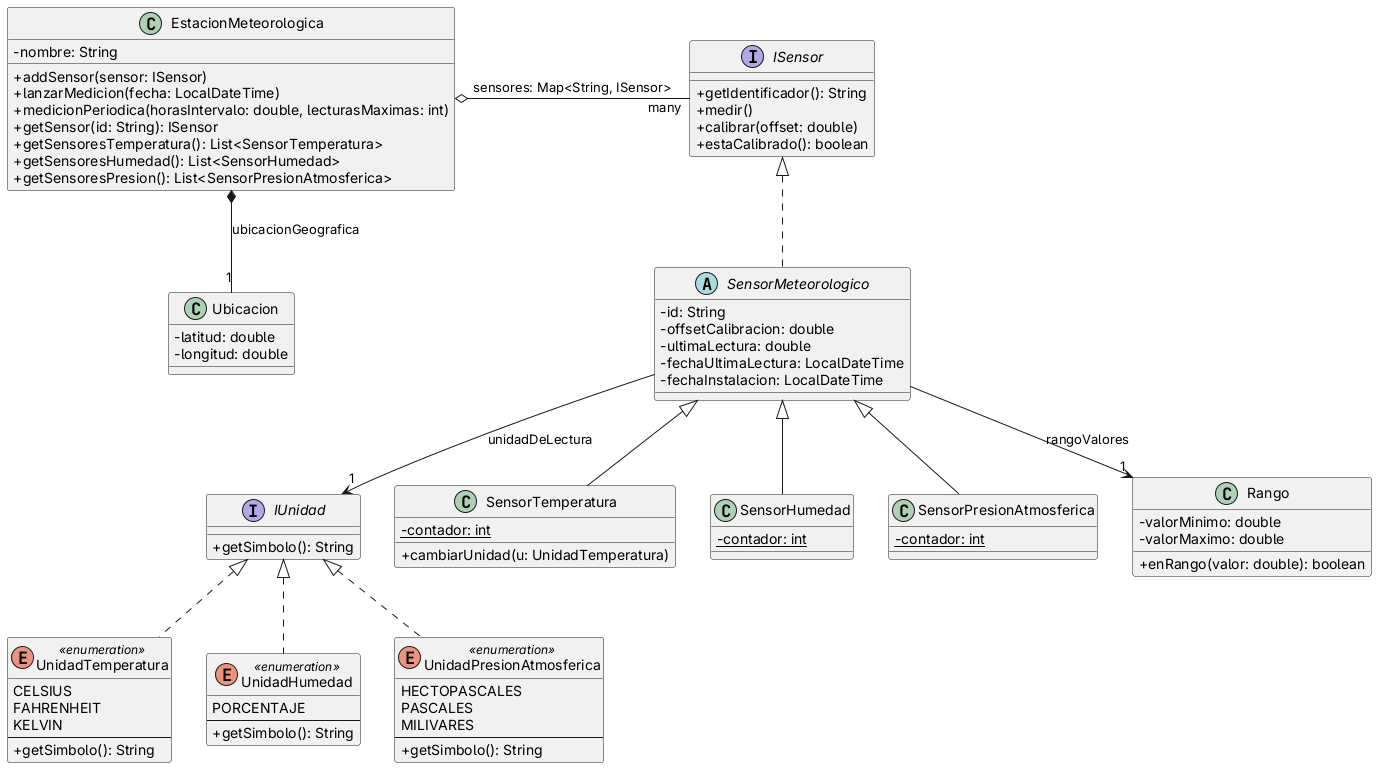
polo-omez/adsof keeps this PlantUML diagram as diagrams/estacionMetereologica.png. Above is the earlier version. Source of this version:
```plantuml
@startuml
skinparam classAttributeIconSize 0

interface ISensor {
    + getIdentificador(): String
    + medir()
    + calibrar(offset: double)
    + estaCalibrado(): boolean
}

interface IUnidad {
    + getSimbolo(): String
}

abstract class SensorMeteorologico {
    - id: String
    - offsetCalibracion: double
    - ultimaLectura: double
    - fechaUltimaLectura: LocalDateTime
    - fechaInstalacion: LocalDateTime
}

class SensorTemperatura {
    {static} - contador: int
    + cambiarUnidad(u: UnidadTemperatura)
}

class SensorHumedad {
    {static} - contador: int
}

class SensorPresionAtmosferica {
    {static} - contador: int
}

enum UnidadTemperatura <<enumeration>> {
    CELSIUS
    FAHRENHEIT
    KELVIN
    --
    + getSimbolo(): String
}

enum UnidadHumedad <<enumeration>> {
    PORCENTAJE
    --
    + getSimbolo(): String
}

enum UnidadPresionAtmosferica <<enumeration>> {
    HECTOPASCALES
    PASCALES
    MILIVARES
    --
    + getSimbolo(): String
}

class EstacionMeteorologica {
    - nombre: String
    + addSensor(sensor: ISensor)
    + lanzarMedicion(fecha: LocalDateTime)
    + medicionPeriodica(horasIntervalo: double, lecturasMaximas: int)
    + getSensor(id: String): ISensor
    + getSensoresTemperatura(): List<SensorTemperatura>
    + getSensoresHumedad(): List<SensorHumedad>
    + getSensoresPresion(): List<SensorPresionAtmosferica>
}

class Ubicacion {
    - latitud: double
    - longitud: double
}

class Rango {
    - valorMinimo: double
    - valorMaximo: double
    + enRango(valor: double): boolean
}


ISensor <|.. SensorMeteorologico
IUnidad <|.. UnidadTemperatura
IUnidad <|.. UnidadHumedad
IUnidad <|.. UnidadPresionAtmosferica

SensorMeteorologico <|-- SensorTemperatura
SensorMeteorologico <|-- SensorHumedad
SensorMeteorologico <|-- SensorPresionAtmosferica

EstacionMeteorologica o- "many" ISensor : sensores: Map<String, ISensor>
EstacionMeteorologica *-- "1" Ubicacion : ubicacionGeografica

SensorMeteorologico --> "1" Rango : rangoValores
SensorMeteorologico --> "1" IUnidad : unidadDeLectura
@enduml
```
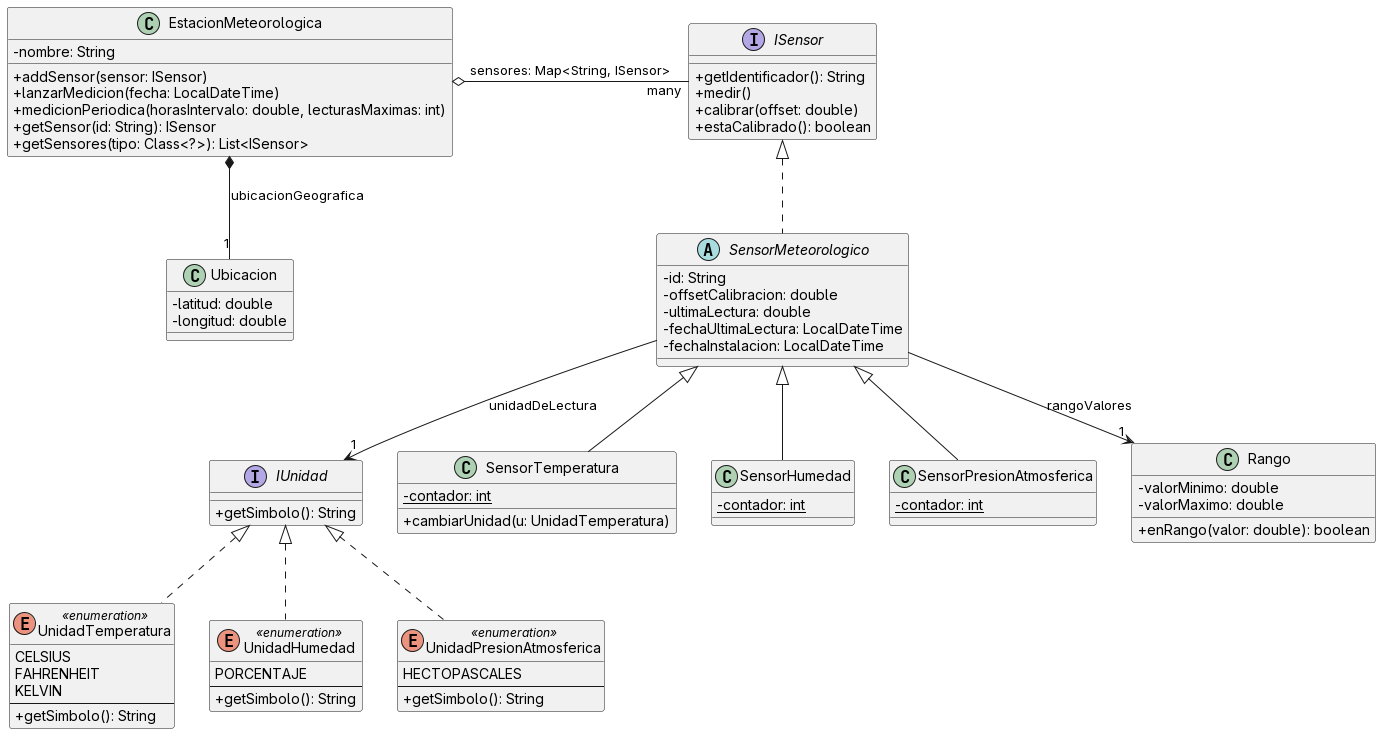
The same diagram one commit later.

The edit, as a diff of the source:
```diff
@@ -49,8 +49,6 @@
 
 enum UnidadPresionAtmosferica <<enumeration>> {
     HECTOPASCALES
-    PASCALES
-    MILIVARES
     --
     + getSimbolo(): String
 }
@@ -61,9 +59,7 @@
     + lanzarMedicion(fecha: LocalDateTime)
     + medicionPeriodica(horasIntervalo: double, lecturasMaximas: int)
     + getSensor(id: String): ISensor
-    + getSensoresTemperatura(): List<SensorTemperatura>
-    + getSensoresHumedad(): List<SensorHumedad>
-    + getSensoresPresion(): List<SensorPresionAtmosferica>
+    + getSensores(tipo: Class<?>): List<ISensor>
 }
 
 class Ubicacion {
```
